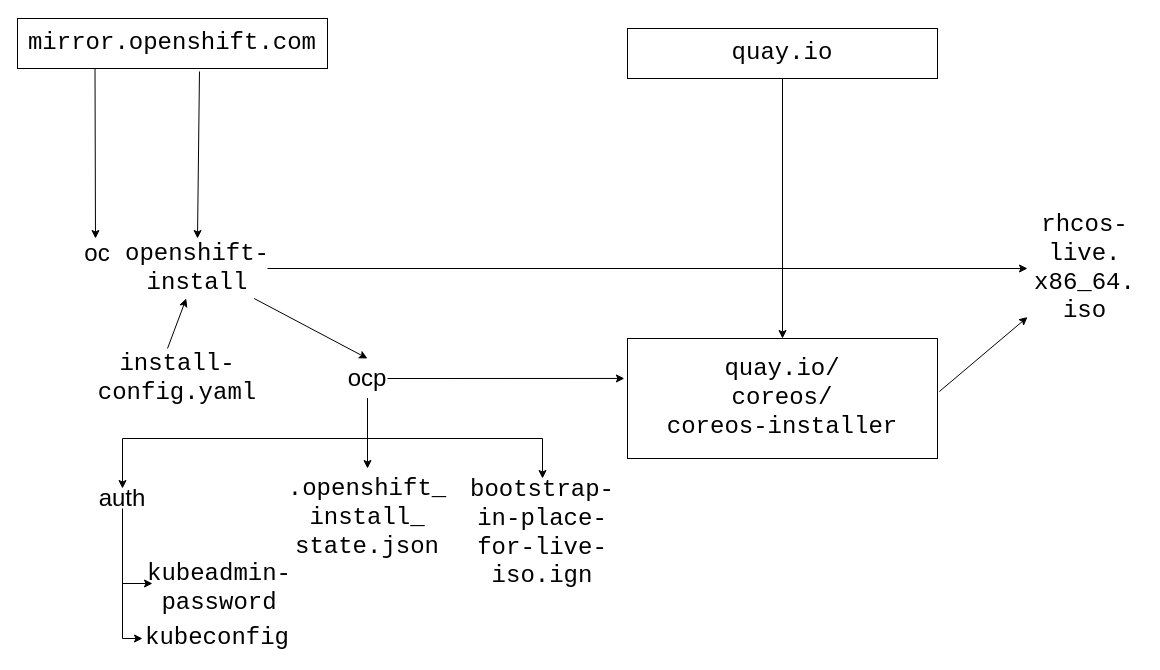
Earlier version of the draw.io diagram docs/Images/openshift_rhcos_install.drawio (fl0pp5/getaltcos). Source tidied: cells renumbered, new cells numbered last; positions are measured from the earlier drawing's top-left corner, leaving out a move shared by most shapes. Both pictures are drawn from the tidied source at 100%, with x=0, y=0 at pixel (17, 18).
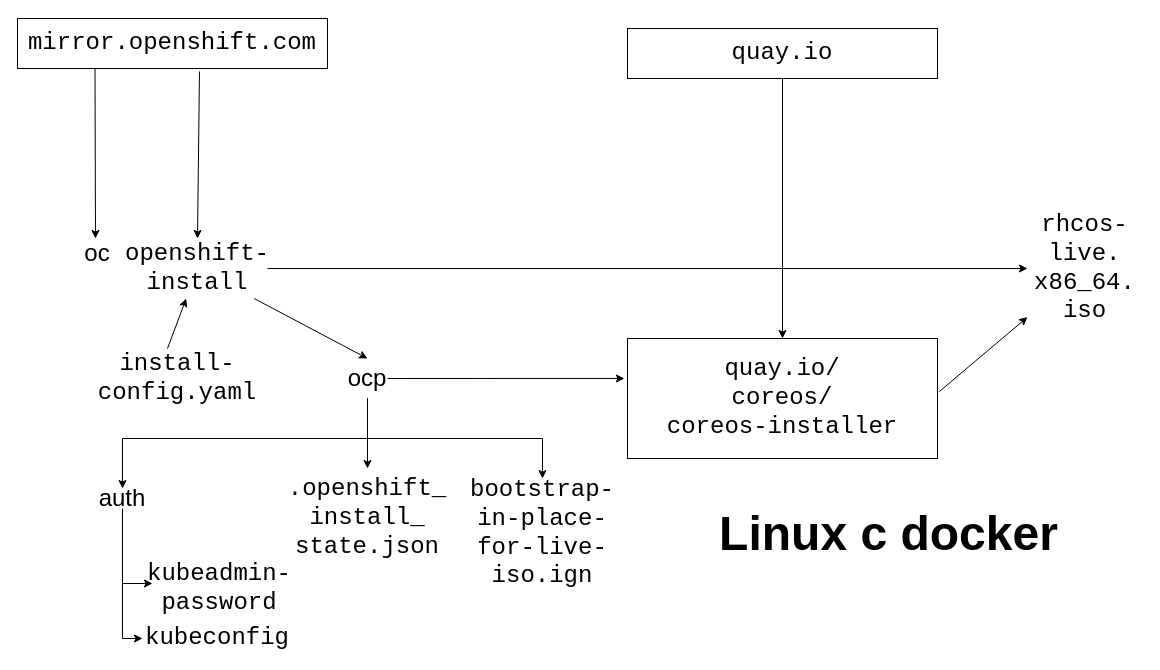
After the change.

The edit, as a diff of the source:
```diff
@@
+    <mxCell id="28" value="&lt;font style=&quot;font-size: 48px&quot;&gt;&lt;b&gt;Linux с docker&lt;/b&gt;&lt;/font&gt;" style="text;html=1;strokeColor=none;fillColor=none;align=center;verticalAlign=middle;whiteSpace=wrap;rounded=0;" parent="1" vertex="1">
+      <mxGeometry x="650" y="500" width="443" height="30" as="geometry" />
+    </mxCell>
```
